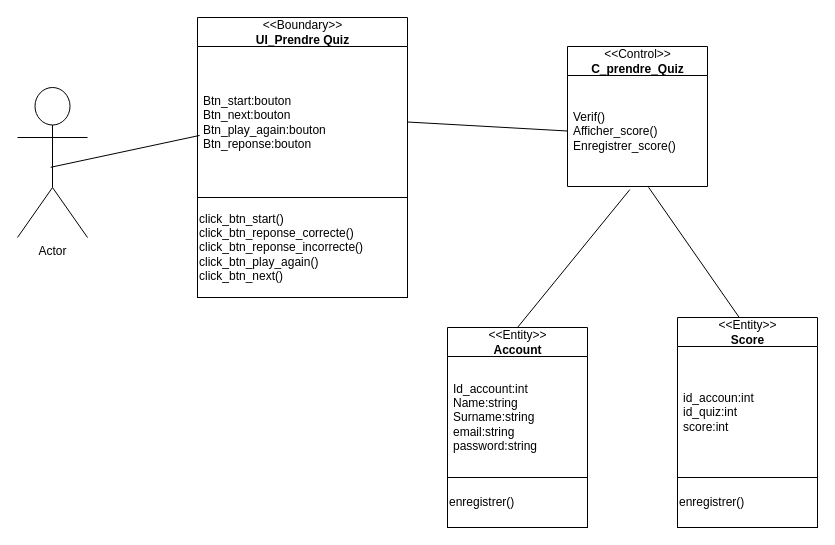
Above: page "Page-3" (3 of 10) of quizme/Diagrammes/tous les diagrammes.drawio in Walid-ben-aissa/Quizme (draw.io), before the change. Source tidied: cells renumbered, new cells numbered last; positions are measured from the earlier drawing's top-left corner, leaving out a move shared by most shapes. Both pictures are drawn from the tidied source at 100%, with x=0, y=0 at pixel (17, 17).
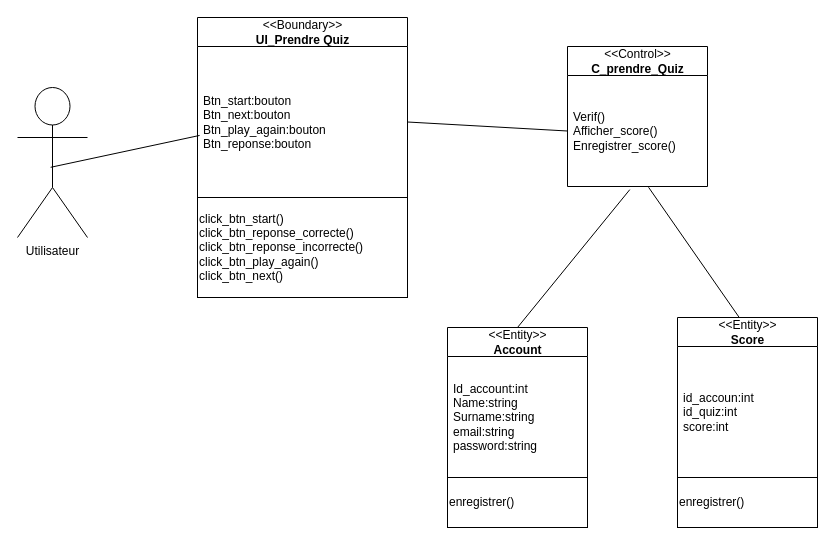
After the change.

Diff of the diagram source:
```diff
@@
 <mxGraphModel>
   <root>
     <mxCell id="0" />
     <mxCell id="1" parent="0" />
-    <mxCell id="2" value="Actor" style="shape=umlActor;verticalLabelPosition=bottom;verticalAlign=top;html=1;" parent="1" vertex="1">
+    <mxCell id="2" value="Utilisateur" style="shape=umlActor;verticalLabelPosition=bottom;verticalAlign=top;html=1;" parent="1" vertex="1">
       <mxGeometry y="70" width="70" height="150" as="geometry" />
     </mxCell>
     <mxCell id="3" value="&lt;span style=&quot;font-weight: 400&quot;&gt;&amp;lt;&amp;lt;Boundary&amp;gt;&amp;gt;&lt;/span&gt;&lt;br&gt;UI_Prendre Quiz" style="swimlane;fontStyle=1;align=center;verticalAlign=middle;horizontal=1;startSize=29;html=1;" parent="1" vertex="1">
       <mxGeometry x="180" width="210" height="280" as="geometry" />
     </mxCell>
     <mxCell id="4" value="Btn_start:bouton&lt;br&gt;Btn_next:bouton&lt;br&gt;Btn_play_again:bouton&lt;br&gt;Btn_reponse:bouton" style="text;html=1;fillColor=none;align=left;verticalAlign=middle;spacingLeft=4;spacingRight=4;overflow=hidden;points=[[0,0.5],[1,0.5]];portConstraint=eastwest;" parent="3" vertex="1">
       <mxGeometry y="29" width="210" height="151" as="geometry" />
     </mxCell>
     <mxCell id="5" value="click_btn_start()&lt;br&gt;click_btn_reponse_correcte()&lt;br&gt;click_btn_reponse_incorrecte()&lt;br&gt;click_btn_play_again()&lt;br&gt;click_btn_next()" style="html=1;strokeColor=#000000;align=left;" parent="3" vertex="1">
       <mxGeometry y="180" width="210" height="100" as="geometry" />
     </mxCell>
     <mxCell id="6" style="endArrow=none;html=1;exitX=0.473;exitY=0.532;exitDx=0;exitDy=0;exitPerimeter=0;entryX=0.01;entryY=0.589;entryDx=0;entryDy=0;entryPerimeter=0;" parent="1" edge="1" source="2" target="4">
       <mxGeometry relative="1" as="geometry" />
     </mxCell>
     <mxCell id="7" value="&lt;span style=&quot;font-weight: 400&quot;&gt;&amp;lt;&amp;lt;Control&amp;gt;&amp;gt;&lt;/span&gt;&lt;br&gt;C_prendre_Quiz" style="swimlane;fontStyle=1;align=center;verticalAlign=middle;horizontal=1;startSize=29;html=1;strokeColor=#000000;" parent="1" vertex="1">
       <mxGeometry x="550" y="29" width="140" height="140" as="geometry" />
     </mxCell>
     <mxCell id="8" value="Verif()&lt;br&gt;Afficher_score()&lt;br&gt;Enregistrer_score()" style="text;html=1;strokeColor=none;fillColor=none;align=left;verticalAlign=middle;spacingLeft=4;spacingRight=4;overflow=hidden;points=[[0,0.5],[1,0.5]];portConstraint=eastwest;" parent="7" vertex="1">
       <mxGeometry y="29" width="140" height="111" as="geometry" />
     </mxCell>
     <mxCell id="9" value="&lt;span style=&quot;font-weight: 400&quot;&gt;&amp;lt;&amp;lt;Entity&amp;gt;&amp;gt;&lt;/span&gt;&lt;br&gt;Account" style="swimlane;fontStyle=1;align=center;verticalAlign=middle;horizontal=1;startSize=29;html=1;strokeColor=#000000;" parent="1" vertex="1">
       <mxGeometry x="430" y="310" width="140" height="200" as="geometry" />
     </mxCell>
     <mxCell id="10" value="Id_account:int&lt;br&gt;Name:string&lt;br&gt;Surname:string&lt;br&gt;email:string&lt;br&gt;password:string" style="text;html=1;strokeColor=none;fillColor=none;align=left;verticalAlign=middle;spacingLeft=4;spacingRight=4;overflow=hidden;" parent="9" vertex="1">
       <mxGeometry y="29" width="140" height="121" as="geometry" />
     </mxCell>
     <mxCell id="11" value="enregistrer()" style="html=1;strokeColor=#000000;align=left;" parent="9" vertex="1">
       <mxGeometry y="150" width="140" height="50" as="geometry" />
     </mxCell>
     <mxCell id="12" value="&lt;span style=&quot;font-weight: 400&quot;&gt;&amp;lt;&amp;lt;Entity&amp;gt;&amp;gt;&lt;/span&gt;&lt;br&gt;Score" style="swimlane;fontStyle=1;align=center;verticalAlign=middle;horizontal=1;startSize=29;html=1;strokeColor=#000000;" parent="1" vertex="1">
       <mxGeometry x="660" y="300" width="140" height="210" as="geometry" />
     </mxCell>
     <mxCell id="13" value="id_accoun:int&lt;br&gt;id_quiz:int&lt;br&gt;score:int" style="text;html=1;strokeColor=none;fillColor=none;align=left;verticalAlign=middle;spacingLeft=4;spacingRight=4;overflow=hidden;" parent="12" vertex="1">
       <mxGeometry y="29" width="140" height="131" as="geometry" />
     </mxCell>
     <mxCell id="14" value="enregistrer()" style="html=1;strokeColor=#000000;align=left;" parent="12" vertex="1">
       <mxGeometry y="160" width="140" height="50" as="geometry" />
     </mxCell>
     <mxCell id="15" style="endArrow=none;html=1;exitX=1;exitY=0.5;exitDx=0;exitDy=0;entryX=0;entryY=0.5;entryDx=0;entryDy=0;" parent="1" edge="1" source="4" target="8">
       <mxGeometry relative="1" as="geometry" />
     </mxCell>
     <mxCell id="16" style="endArrow=none;html=1;exitX=0.445;exitY=1.028;exitDx=0;exitDy=0;entryX=0.5;entryY=0;entryDx=0;entryDy=0;exitPerimeter=0;" parent="1" edge="1" source="8" target="9">
       <mxGeometry relative="1" as="geometry" />
     </mxCell>
     <mxCell id="17" style="endArrow=none;html=1;exitX=0.579;exitY=1.007;exitDx=0;exitDy=0;entryX=0.44;entryY=-0.001;entryDx=0;entryDy=0;entryPerimeter=0;exitPerimeter=0;" parent="1" edge="1" source="8" target="12">
       <mxGeometry relative="1" as="geometry" />
     </mxCell>
   </root>
 </mxGraphModel>
```
